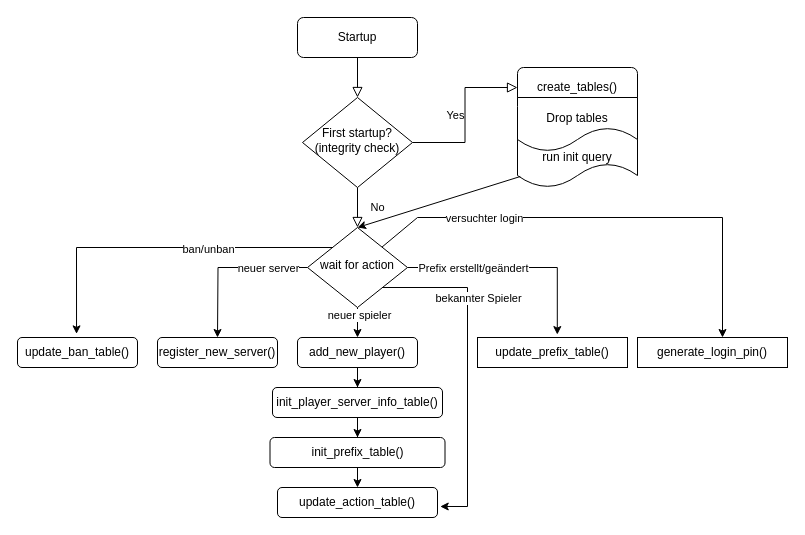
Above: database/Untitled Diagram.drawio in Tobias-Auer/MCConnect (draw.io), before the change. Source tidied: cells renumbered, new cells numbered last; positions are measured from the earlier drawing's top-left corner, leaving out a move shared by most shapes. Both pictures are drawn from the tidied source at 100%, with x=0, y=0 at pixel (17, 17).
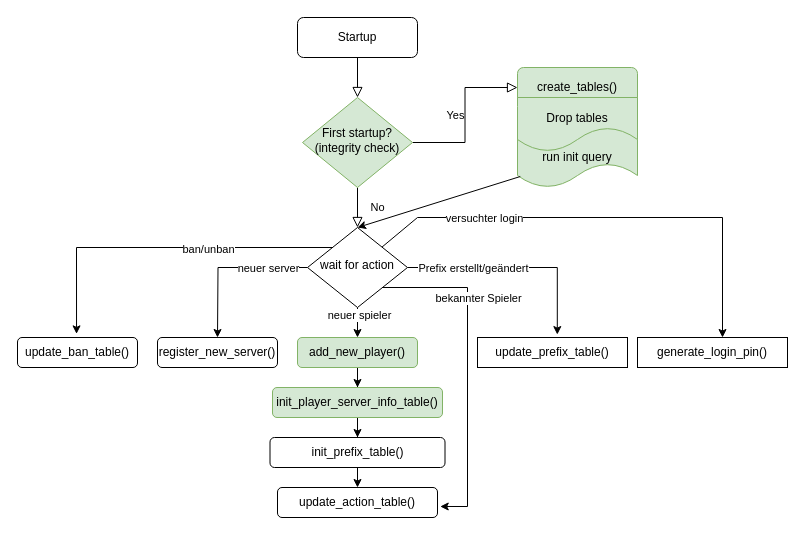
The same page after the edit.

Commit message:
marked progress

Diff of the diagram source:
```diff
@@
-    <mxCell id="6" value="&lt;div&gt;First startup?&lt;/div&gt;&lt;div&gt;(integrity check)&lt;br&gt;&lt;/div&gt;" style="rhombus;whiteSpace=wrap;html=1;shadow=0;fontFamily=Helvetica;fontSize=12;align=center;strokeWidth=1;spacing=6;spacingTop=-4;" parent="1" vertex="1">
+    <mxCell id="6" value="&lt;div&gt;First startup?&lt;/div&gt;&lt;div&gt;(integrity check)&lt;br&gt;&lt;/div&gt;" style="rhombus;whiteSpace=wrap;html=1;shadow=0;fontFamily=Helvetica;fontSize=12;align=center;strokeWidth=1;spacing=6;spacingTop=-4;fillColor=#d5e8d4;strokeColor=#82b366;" parent="1" vertex="1">
       <mxGeometry x="285" y="80" width="110" height="90" as="geometry" />
     </mxCell>
-    <mxCell id="7" value="&lt;div&gt;create_tables()&lt;/div&gt;" style="rounded=1;whiteSpace=wrap;html=1;fontSize=12;glass=0;strokeWidth=1;shadow=0;" parent="1" vertex="1">
+    <mxCell id="7" value="&lt;div&gt;create_tables()&lt;/div&gt;" style="rounded=1;whiteSpace=wrap;html=1;fontSize=12;glass=0;strokeWidth=1;shadow=0;fillColor=#d5e8d4;strokeColor=#82b366;" parent="1" vertex="1">
       <mxGeometry x="500" y="50" width="120" height="40" as="geometry" />
     </mxCell>
@@
-    <mxCell id="19" value="&lt;div&gt;Drop tables&lt;/div&gt;" style="shape=document;whiteSpace=wrap;html=1;boundedLbl=1;" parent="1" vertex="1">
+    <mxCell id="19" value="&lt;div&gt;Drop tables&lt;/div&gt;" style="shape=document;whiteSpace=wrap;html=1;boundedLbl=1;fillColor=#d5e8d4;strokeColor=#82b366;" parent="1" vertex="1">
       <mxGeometry x="500" y="80" width="120" height="60" as="geometry" />
     </mxCell>
-    <mxCell id="20" value="run init query" style="shape=tape;whiteSpace=wrap;html=1;" parent="1" vertex="1">
+    <mxCell id="20" value="run init query" style="shape=tape;whiteSpace=wrap;html=1;fillColor=#d5e8d4;strokeColor=#82b366;" parent="1" vertex="1">
       <mxGeometry x="500" y="110" width="120" height="60" as="geometry" />
     </mxCell>
@@
-    <mxCell id="23" value="add_new_player()" style="rounded=1;whiteSpace=wrap;html=1;" parent="1" vertex="1">
+    <mxCell id="23" value="add_new_player()" style="rounded=1;whiteSpace=wrap;html=1;fillColor=#d5e8d4;strokeColor=#82b366;" parent="1" vertex="1">
       <mxGeometry x="280" y="320" width="120" height="30" as="geometry" />
     </mxCell>
@@
-    <mxCell id="26" value="init_player_server_info_table()" style="whiteSpace=wrap;html=1;rounded=1;" parent="1" vertex="1">
+    <mxCell id="26" value="init_player_server_info_table()" style="whiteSpace=wrap;html=1;rounded=1;fillColor=#d5e8d4;strokeColor=#82b366;" parent="1" vertex="1">
       <mxGeometry x="255" y="370" width="170" height="30" as="geometry" />
     </mxCell>
```
